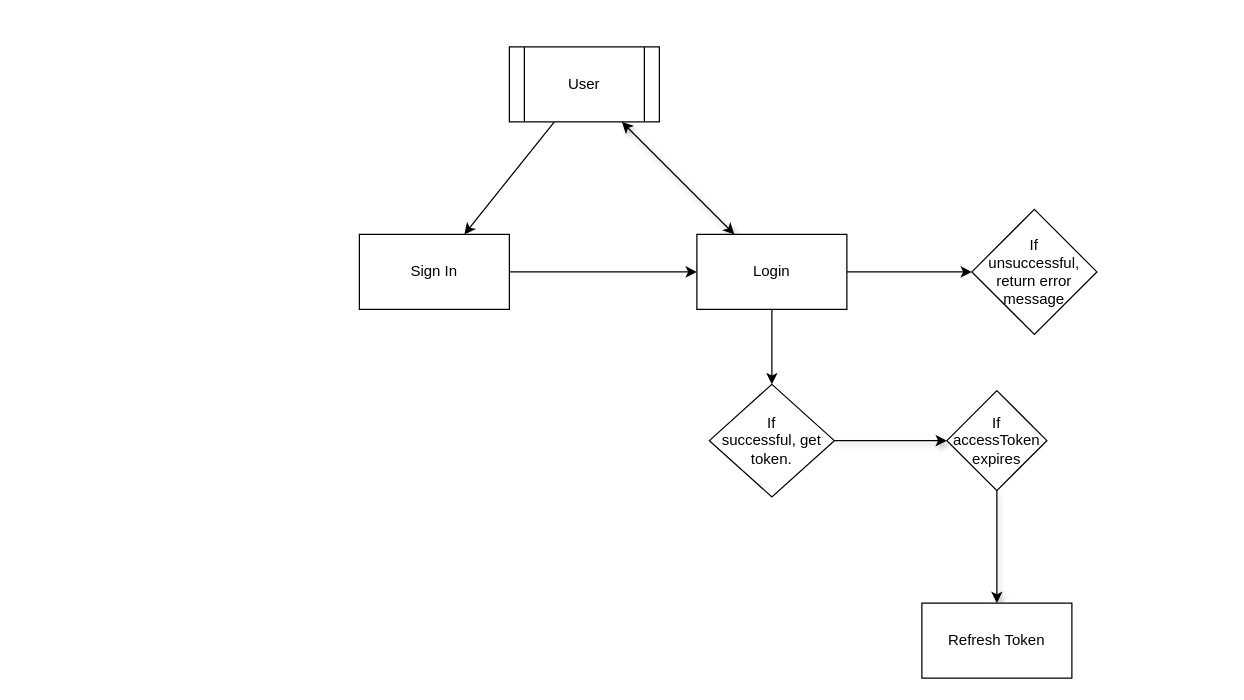
Before: plan/auith/auth.drawio in megamsquare/weeshr_assess, a draw.io diagram. Source tidied: cells renumbered, new cells numbered last; positions are measured from the earlier drawing's top-left corner, leaving out a move shared by most shapes. Both pictures are drawn from the tidied source at 125%, with x=0, y=0 at pixel (359, 46).
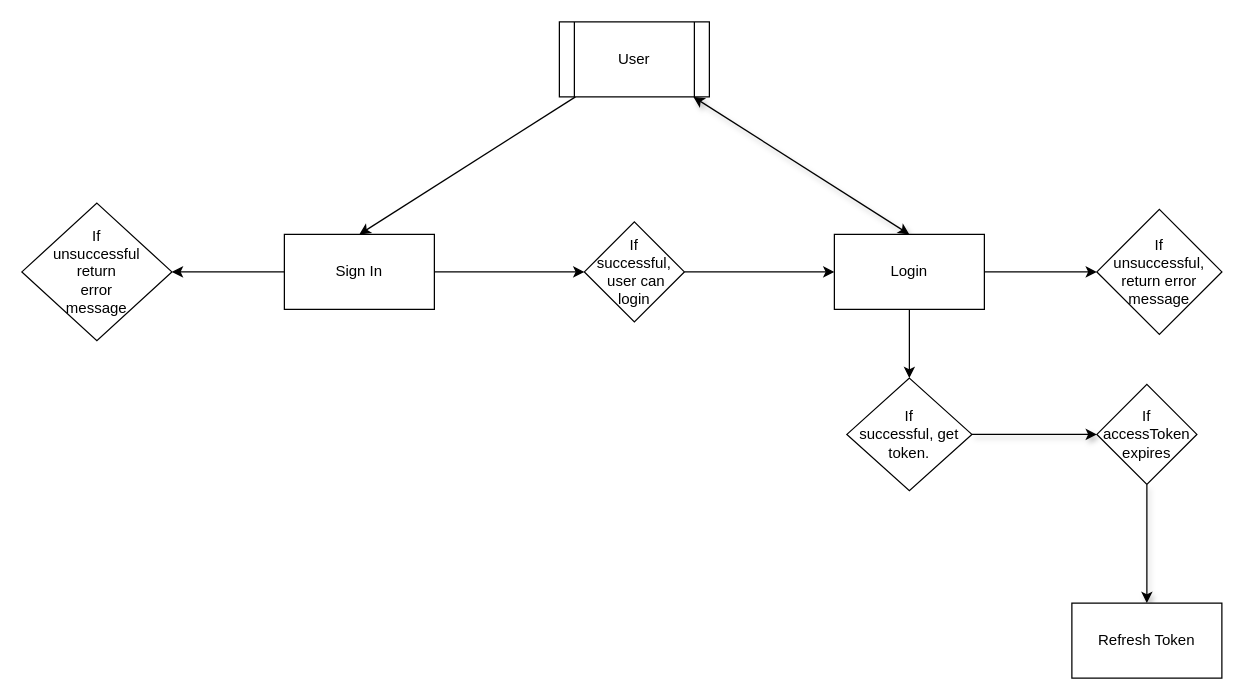
The same diagram, later.

Commit message:
modify signin process opf success linked to login

Diff of the diagram source:
```diff
@@
 <mxGraphModel>
   <root>
     <mxCell id="0" />
     <mxCell id="1" parent="0" />
-    <mxCell id="2" style="html=1;jumpStyle=none;shadow=1;startArrow=classic;startFill=1;" parent="1" edge="1" source="4" target="7">
+    <mxCell id="2" style="html=1;jumpStyle=none;shadow=1;startArrow=classic;startFill=1;entryX=0.5;entryY=0;entryDx=0;entryDy=0;" parent="1" edge="1" source="4" target="7">
       <mxGeometry relative="1" as="geometry" />
     </mxCell>
-    <mxCell id="3" style="edgeStyle=none;html=1;" parent="1" edge="1" source="4" target="15">
+    <mxCell id="3" style="edgeStyle=none;html=1;entryX=0.5;entryY=0;entryDx=0;entryDy=0;" parent="1" edge="1" source="4" target="15">
       <mxGeometry relative="1" as="geometry" />
     </mxCell>
     <mxCell id="4" value="User" style="shape=process;whiteSpace=wrap;html=1;backgroundOutline=1;" parent="1" vertex="1">
-      <mxGeometry x="120" width="120" height="60" as="geometry" />
+      <mxGeometry x="160" y="-20" width="120" height="60" as="geometry" />
     </mxCell>
     <mxCell id="5" style="edgeStyle=none;html=1;" parent="1" edge="1" source="7" target="9">
       <mxGeometry relative="1" as="geometry" />
     </mxCell>
     <mxCell id="6" style="edgeStyle=none;html=1;" parent="1" edge="1" source="7" target="10">
       <mxGeometry relative="1" as="geometry" />
     </mxCell>
-    <mxCell id="7" value="Login" style="whiteSpace=wrap;html=1;" parent="1" vertex="1">
-      <mxGeometry x="270" y="150" width="120" height="60" as="geometry" />
+    <mxCell id="7" value="Login" style="whiteSpace=wrap;html=1;strokeColor=default;" parent="1" vertex="1">
+      <mxGeometry x="380" y="150" width="120" height="60" as="geometry" />
     </mxCell>
     <mxCell id="8" style="edgeStyle=none;jumpStyle=none;html=1;shadow=1;startArrow=none;startFill=0;" parent="1" edge="1" source="9" target="12">
       <mxGeometry relative="1" as="geometry" />
     </mxCell>
     <mxCell id="9" value="If&lt;br&gt;successful, get&lt;br&gt;token." style="rhombus;whiteSpace=wrap;html=1;" parent="1" vertex="1">
-      <mxGeometry x="280" y="270" width="100" height="90" as="geometry" />
+      <mxGeometry x="390" y="265" width="100" height="90" as="geometry" />
     </mxCell>
     <mxCell id="10" value="If&lt;br&gt;unsuccessful, return error message" style="rhombus;whiteSpace=wrap;html=1;" parent="1" vertex="1">
-      <mxGeometry x="490" y="130" width="100" height="100" as="geometry" />
+      <mxGeometry x="590" y="130" width="100" height="100" as="geometry" />
     </mxCell>
     <mxCell id="11" style="edgeStyle=none;jumpStyle=none;html=1;shadow=1;startArrow=none;startFill=0;" parent="1" edge="1" source="12" target="13">
       <mxGeometry relative="1" as="geometry" />
     </mxCell>
     <mxCell id="12" value="If accessToken expires" style="rhombus;whiteSpace=wrap;html=1;" parent="1" vertex="1">
-      <mxGeometry x="470" y="275" width="80" height="80" as="geometry" />
+      <mxGeometry x="590" y="270" width="80" height="80" as="geometry" />
     </mxCell>
     <mxCell id="13" value="Refresh Token" style="whiteSpace=wrap;html=1;" parent="1" vertex="1">
-      <mxGeometry x="450" y="445" width="120" height="60" as="geometry" />
+      <mxGeometry x="570" y="445" width="120" height="60" as="geometry" />
     </mxCell>
-    <mxCell id="14" style="edgeStyle=none;html=1;entryX=0;entryY=0.5;entryDx=0;entryDy=0;" parent="1" edge="1" source="15" target="7">
-      <mxGeometry relative="1" as="geometry" />
-    </mxCell>
+    <mxCell id="16" style="edgeStyle=none;html=1;" parent="1" edge="1" source="15" target="19">
+      <mxGeometry relative="1" as="geometry" />
+    </mxCell>
+    <mxCell id="17" style="edgeStyle=none;html=1;" parent="1" edge="1" source="15" target="20">
+      <mxGeometry relative="1" as="geometry" />
+    </mxCell>
     <mxCell id="15" value="Sign In" style="whiteSpace=wrap;html=1;" parent="1" vertex="1">
-      <mxGeometry y="150" width="120" height="60" as="geometry" />
+      <mxGeometry x="-60" y="150" width="120" height="60" as="geometry" />
     </mxCell>
+    <mxCell id="18" style="edgeStyle=none;html=1;entryX=0;entryY=0.5;entryDx=0;entryDy=0;" parent="1" edge="1" source="19" target="7">
+      <mxGeometry relative="1" as="geometry" />
+    </mxCell>
+    <mxCell id="19" value="If &lt;br&gt;successful,&lt;br&gt;&amp;nbsp;user can&lt;br&gt;login" style="rhombus;whiteSpace=wrap;html=1;" parent="1" vertex="1">
+      <mxGeometry x="180" y="140" width="80" height="80" as="geometry" />
+    </mxCell>
+    <mxCell id="20" value="If&lt;br&gt;unsuccessful&lt;br&gt;return&lt;br&gt;error&lt;br&gt;message" style="rhombus;whiteSpace=wrap;html=1;" parent="1" vertex="1">
+      <mxGeometry x="-270" y="125" width="120" height="110" as="geometry" />
+    </mxCell>
   </root>
 </mxGraphModel>
```
